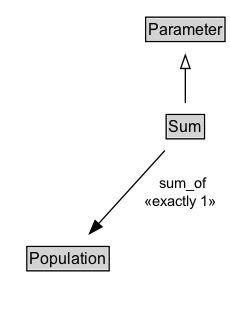
Earlier version of the Graphviz export docs/diagrams/Sum.dot.png (ISO-TC204/ontology-i72-v1). Its source is kept beside it as docs/diagrams/Sum.dot. Its diagram source:
```dot
digraph {
	graph [overlap=false rankdir=TB splines=true]
	node [fontname=Arial fontsize=12 margin=0 shape=none]
	edge [fontname=Arial fontsize=11]
	{
		rank=max
		Sum [label=<<TABLE BORDER="1" CELLBORDER="0" CELLSPACING="0" CELLPADDING="1"><TR><TD BGCOLOR="lightgray" ALIGN="CENTER" PORT="e">Sum</TD></TR></TABLE>> URL="../Sum.md" margin=0]
	}
	subgraph cluster_associated {
		label="" style=invis
		Invis [label=<<TABLE BORDER="0" CELLBORDER="0" CELLSPACING="0" CELLPADDING="1"><TR><TD></TD></TR></TABLE>> margin=0 style=invis]
		Population [label=<<TABLE BORDER="1" CELLBORDER="0" CELLSPACING="0" CELLPADDING="1"><TR><TD BGCOLOR="lightgray" ALIGN="CENTER">Population</TD></TR></TABLE>> URL="../Population.md" margin=0]
	}
	Parameter [label=<<TABLE BORDER="1" CELLBORDER="0" CELLSPACING="0" CELLPADDING="1"><TR><TD BGCOLOR="lightgray" ALIGN="CENTER">Parameter</TD></TR></TABLE>> URL="../Parameter.md" margin=0]
	Sum -> Parameter [arrowhead=onormal style=solid]
	Sum -> Invis [style=invis]
	Invis -> Population [style=invis]
	Sum -> Population [label=" sum_of
 «exactly 1»  " arrowhead=normal style=solid]
}
```
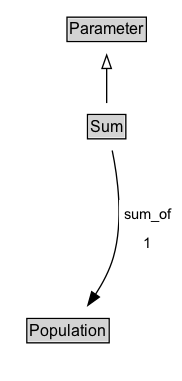
The same diagram one commit later.

Diff of the diagram source:
```diff
@@ -3,18 +3,21 @@
 	node [fontname=Arial fontsize=12 margin=0 shape=none]
 	edge [fontname=Arial fontsize=11]
 	{
+		rank=source
+		Parameter [label=<<TABLE BORDER="1" CELLBORDER="0" CELLSPACING="0" CELLPADDING="1"><TR><TD BGCOLOR="lightgray" ALIGN="CENTER">Parameter</TD></TR></TABLE>> URL="../Parameter" margin=0]
+	}
+	Sum [label=<<TABLE BORDER="1" CELLBORDER="0" CELLSPACING="0" CELLPADDING="1"><TR><TD BGCOLOR="lightgray" ALIGN="CENTER">Sum</TD></TR></TABLE>> URL="../Sum" margin=0]
+	{
 		rank=max
-		Sum [label=<<TABLE BORDER="1" CELLBORDER="0" CELLSPACING="0" CELLPADDING="1"><TR><TD BGCOLOR="lightgray" ALIGN="CENTER" PORT="e">Sum</TD></TR></TABLE>> URL="../Sum.md" margin=0]
 	}
 	subgraph cluster_associated {
 		label="" style=invis
 		Invis [label=<<TABLE BORDER="0" CELLBORDER="0" CELLSPACING="0" CELLPADDING="1"><TR><TD></TD></TR></TABLE>> margin=0 style=invis]
-		Population [label=<<TABLE BORDER="1" CELLBORDER="0" CELLSPACING="0" CELLPADDING="1"><TR><TD BGCOLOR="lightgray" ALIGN="CENTER">Population</TD></TR></TABLE>> URL="../Population.md" margin=0]
+		Population [label=<<TABLE BORDER="1" CELLBORDER="0" CELLSPACING="0" CELLPADDING="1"><TR><TD BGCOLOR="lightgray" ALIGN="CENTER">Population</TD></TR></TABLE>> URL="../Population" margin=0]
 	}
-	Parameter [label=<<TABLE BORDER="1" CELLBORDER="0" CELLSPACING="0" CELLPADDING="1"><TR><TD BGCOLOR="lightgray" ALIGN="CENTER">Parameter</TD></TR></TABLE>> URL="../Parameter.md" margin=0]
 	Sum -> Parameter [arrowhead=onormal style=solid]
 	Sum -> Invis [style=invis]
 	Invis -> Population [style=invis]
-	Sum -> Population [label=" sum_of
- «exactly 1»  " arrowhead=normal style=solid]
+	Population [label=<<TABLE BORDER="1" CELLBORDER="0" CELLSPACING="0" CELLPADDING="1"><TR><TD BGCOLOR="lightgray" ALIGN="CENTER">Population</TD></TR></TABLE>> URL="../Population" margin=0]
+	Sum -> Population [label=<<TABLE BORDER="0" CELLBORDER="0" CELLSPACING="0" CELLPADDING="4" BGCOLOR="white"><TR><TD ALIGN="CENTER">sum_of</TD></TR><TR><TD ALIGN="CENTER">1</TD></TR></TABLE>> arrowhead=normal style=solid]
 }
```
